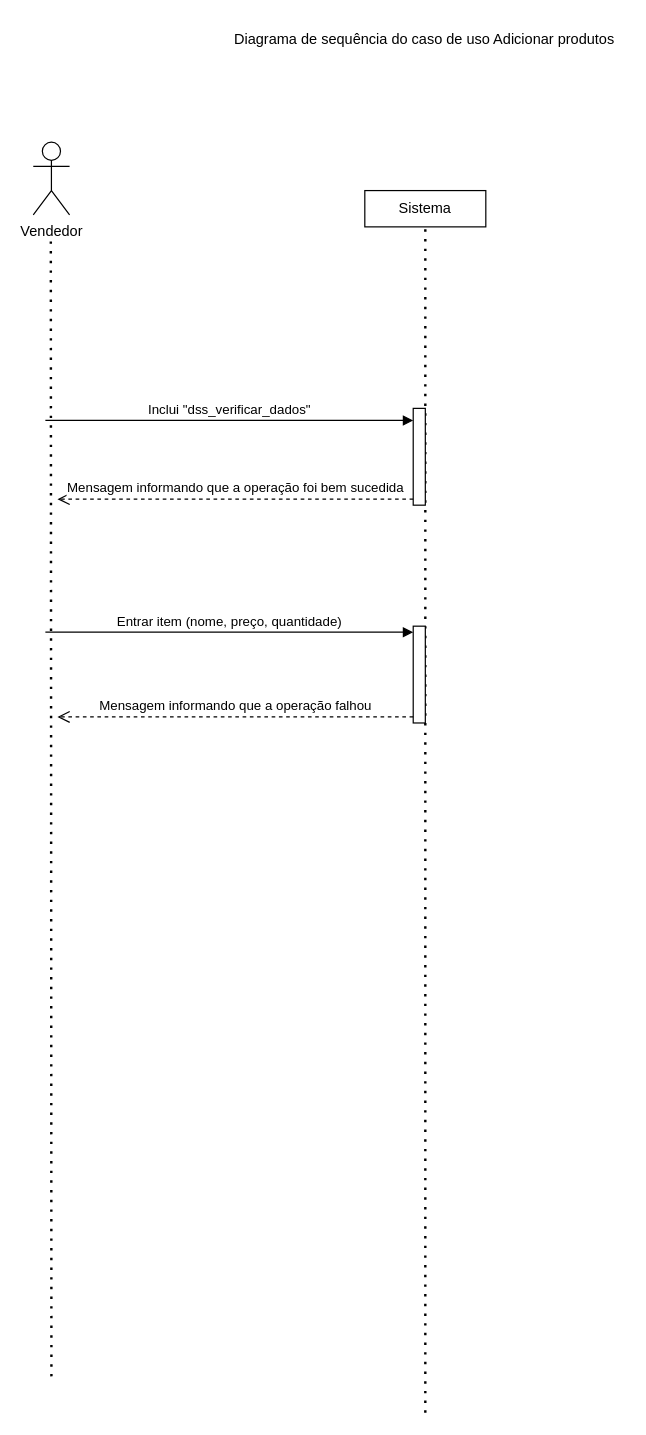
Before: CASOS_DE_USO/DIAGRAMAS_SEQUENCIA/dss_adicionar_produto.drawio in guifrazao/PROJETO_ESW1, a draw.io diagram. Source tidied: cells renumbered, new cells numbered last; positions are measured from the earlier drawing's top-left corner, leaving out a move shared by most shapes. Both pictures are drawn from the tidied source at 121%, with x=0, y=0 at pixel (33, 21).
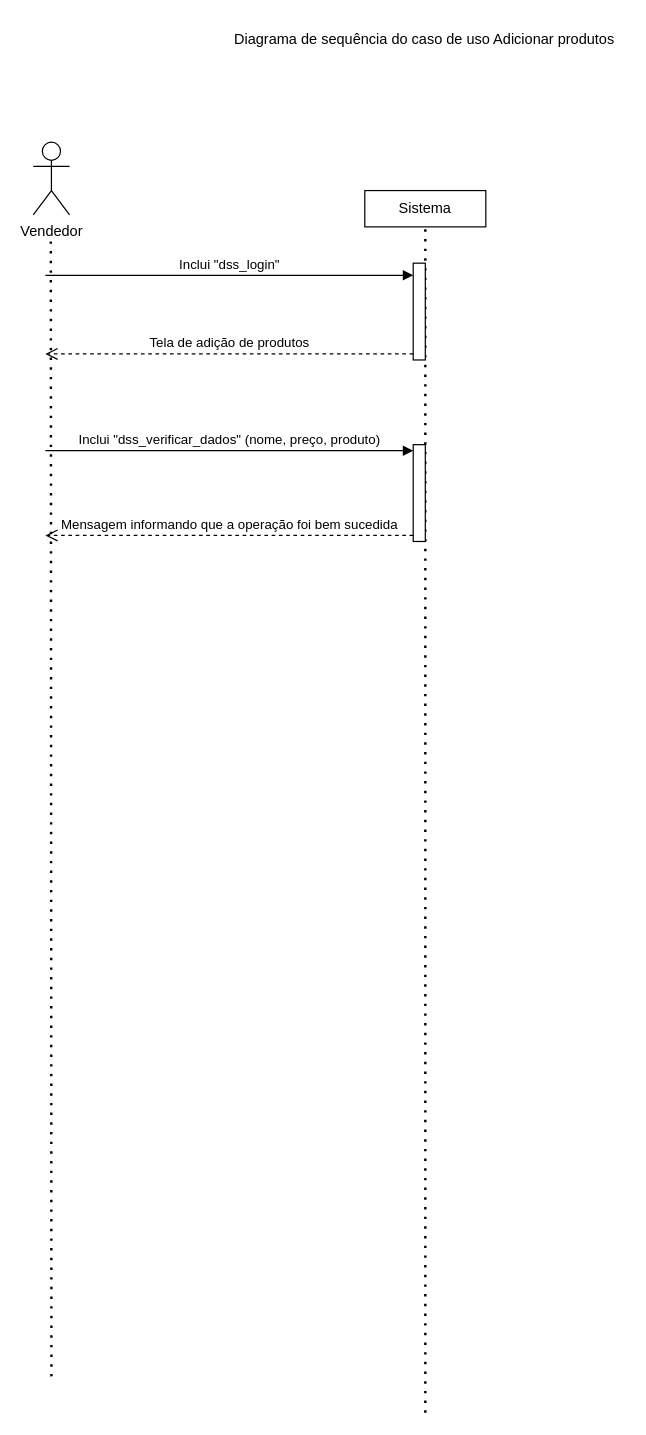
The same page after the edit.

What changed in the source:
```diff
@@
 <mxGraphModel>
   <root>
     <mxCell id="0" />
     <mxCell id="1" parent="0" />
     <mxCell id="2" value="Diagrama de sequência do caso de uso Adicionar produtos" style="text;html=1;align=center;verticalAlign=middle;whiteSpace=wrap;rounded=0;" parent="1" vertex="1">
       <mxGeometry x="158" width="331" height="30" as="geometry" />
     </mxCell>
     <mxCell id="3" value="Vendedor" style="shape=umlActor;verticalLabelPosition=bottom;verticalAlign=top;html=1;" parent="1" vertex="1">
       <mxGeometry y="100" width="30" height="60" as="geometry" />
     </mxCell>
     <mxCell id="4" value="Sistema" style="rounded=0;whiteSpace=wrap;html=1;" parent="1" vertex="1">
       <mxGeometry x="274" y="140" width="100" height="30" as="geometry" />
     </mxCell>
     <mxCell id="5" style="endArrow=none;dashed=1;html=1;dashPattern=1 3;strokeWidth=2;rounded=0;entryX=0.5;entryY=0.5;entryDx=0;entryDy=0;entryPerimeter=0;" parent="1" edge="1">
       <mxGeometry relative="1" as="geometry">
         <mxPoint x="15" y="1120" as="sourcePoint" />
         <mxPoint x="14.5" y="180" as="targetPoint" />
       </mxGeometry>
     </mxCell>
     <mxCell id="6" style="endArrow=none;dashed=1;html=1;dashPattern=1 3;strokeWidth=2;rounded=0;entryX=0.5;entryY=0.5;entryDx=0;entryDy=0;entryPerimeter=0;" parent="1" edge="1">
       <mxGeometry relative="1" as="geometry">
         <mxPoint x="324" y="1150" as="sourcePoint" />
         <mxPoint x="324" y="170" as="targetPoint" />
       </mxGeometry>
     </mxCell>
     <mxCell id="7" style="html=1;points=[[0,0,0,0,5],[0,1,0,0,-5],[1,0,0,0,5],[1,1,0,0,-5]];perimeter=orthogonalPerimeter;outlineConnect=0;targetShapes=umlLifeline;portConstraint=eastwest;newEdgeStyle={&quot;curved&quot;:0,&quot;rounded&quot;:0};" parent="1" vertex="1">
-      <mxGeometry x="314" y="320" width="10" height="80" as="geometry" />
+      <mxGeometry x="314" y="350" width="10" height="80" as="geometry" />
     </mxCell>
     <mxCell id="8" value="Mensagem informando que a operação foi bem sucedida" style="html=1;verticalAlign=bottom;endArrow=open;dashed=1;endSize=8;curved=0;rounded=0;exitX=0;exitY=1;exitDx=0;exitDy=-5;" parent="1" edge="1" source="7">
       <mxGeometry relative="1" as="geometry">
-        <mxPoint x="20" y="395" as="targetPoint" />
+        <mxPoint x="10" y="425" as="targetPoint" />
       </mxGeometry>
     </mxCell>
-    <mxCell id="9" style="html=1;points=[[0,0,0,0,5],[0,1,0,0,-5],[1,0,0,0,5],[1,1,0,0,-5]];perimeter=orthogonalPerimeter;outlineConnect=0;targetShapes=umlLifeline;portConstraint=eastwest;newEdgeStyle={&quot;curved&quot;:0,&quot;rounded&quot;:0};" parent="1" vertex="1">
-      <mxGeometry x="314" y="500" width="10" height="80" as="geometry" />
-    </mxCell>
-    <mxCell id="10" value="Entrar item (nome, preço, quantidade)" style="html=1;verticalAlign=bottom;endArrow=block;curved=0;rounded=0;entryX=0;entryY=0;entryDx=0;entryDy=5;" parent="1" edge="1" target="9">
-      <mxGeometry relative="1" as="geometry">
-        <mxPoint x="10" y="505" as="sourcePoint" />
-      </mxGeometry>
-    </mxCell>
-    <mxCell id="11" value="Mensagem informando que a operação falhou" style="html=1;verticalAlign=bottom;endArrow=open;dashed=1;endSize=8;curved=0;rounded=0;exitX=0;exitY=1;exitDx=0;exitDy=-5;" parent="1" edge="1" source="9">
-      <mxGeometry relative="1" as="geometry">
-        <mxPoint x="20" y="575" as="targetPoint" />
-      </mxGeometry>
-    </mxCell>
-    <mxCell id="12" value="Inclui &quot;dss_verificar_dados&quot;" style="html=1;verticalAlign=bottom;endArrow=block;curved=0;rounded=0;entryX=0;entryY=0;entryDx=0;entryDy=5;" parent="1" edge="1">
+    <mxCell id="12" value="Inclui &quot;dss_verificar_dados&quot; (nome, preço, produto)" style="html=1;verticalAlign=bottom;endArrow=block;curved=0;rounded=0;entryX=0;entryY=0;entryDx=0;entryDy=5;" parent="1" edge="1">
       <mxGeometry relative="1" as="geometry">
-        <mxPoint x="10" y="330" as="sourcePoint" />
-        <mxPoint x="314" y="330" as="targetPoint" />
+        <mxPoint x="10" y="355" as="sourcePoint" />
+        <mxPoint x="314" y="355" as="targetPoint" />
       </mxGeometry>
     </mxCell>
+    <mxCell id="13" style="html=1;points=[[0,0,0,0,5],[0,1,0,0,-5],[1,0,0,0,5],[1,1,0,0,-5]];perimeter=orthogonalPerimeter;outlineConnect=0;targetShapes=umlLifeline;portConstraint=eastwest;newEdgeStyle={&quot;curved&quot;:0,&quot;rounded&quot;:0};" parent="1" vertex="1">
+      <mxGeometry x="314" y="200" width="10" height="80" as="geometry" />
+    </mxCell>
+    <mxCell id="14" value="Tela de adição de produtos" style="html=1;verticalAlign=bottom;endArrow=open;dashed=1;endSize=8;curved=0;rounded=0;exitX=0;exitY=1;exitDx=0;exitDy=-5;" parent="1" edge="1" source="13">
+      <mxGeometry relative="1" as="geometry">
+        <mxPoint x="10" y="275" as="targetPoint" />
+      </mxGeometry>
+    </mxCell>
+    <mxCell id="15" value="Inclui &quot;dss_login&quot;" style="html=1;verticalAlign=bottom;endArrow=block;curved=0;rounded=0;entryX=0;entryY=0;entryDx=0;entryDy=5;" parent="1" edge="1">
+      <mxGeometry relative="1" as="geometry">
+        <mxPoint x="10" y="210" as="sourcePoint" />
+        <mxPoint x="314" y="210" as="targetPoint" />
+      </mxGeometry>
+    </mxCell>
   </root>
 </mxGraphModel>
```
